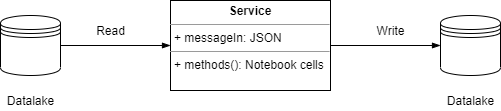
The draw.io diagram images/architecture/architecture_service_example.png in davidegavio/masters-degree-thesis, before a commit. Source tidied: cells renumbered, new cells last; positions are measured from the earlier drawing's top-left corner, leaving out a move shared by most shapes.
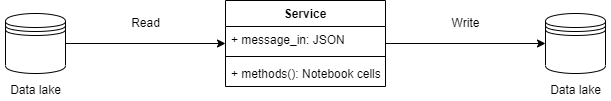
After the change.

What changed in the source:
```diff
@@ -1,33 +1,46 @@
 <mxGraphModel>
   <root>
-    <mxCell id="0" />
-    <mxCell id="1" parent="0" />
-    <mxCell id="2" value="&lt;p style=&quot;margin: 0px ; margin-top: 4px ; text-align: center&quot;&gt;&lt;b&gt;Service&lt;/b&gt;&lt;/p&gt;&lt;hr size=&quot;1&quot;&gt;&lt;p style=&quot;margin: 0px ; margin-left: 4px&quot;&gt;+ messageIn: JSON&lt;/p&gt;&lt;hr size=&quot;1&quot;&gt;&lt;p style=&quot;margin: 0px ; margin-left: 4px&quot;&gt;+ methods(): Notebook cells&lt;/p&gt;" style="verticalAlign=top;align=left;overflow=fill;fontSize=12;fontFamily=Helvetica;html=1;" parent="1" vertex="1">
-      <mxGeometry x="170" width="160" height="90" as="geometry" />
-    </mxCell>
-    <mxCell id="3" value="Datalake" style="text;html=1;align=center;verticalAlign=middle;strokeColor=none;" parent="1" vertex="1">
-      <mxGeometry y="90" width="60" height="20" as="geometry" />
-    </mxCell>
-    <mxCell id="4" style="edgeStyle=orthogonalEdgeStyle;rounded=0;jettySize=auto;html=1;exitX=1;exitY=0.5;exitDx=0;exitDy=0;entryX=0;entryY=0.5;entryDx=0;entryDy=0;startArrow=none;startFill=0;endArrow=blockThin;endFill=1;startSize=0;endSize=6;strokeWidth=1;" parent="1" edge="1" source="5" target="2">
-      <mxGeometry relative="1" as="geometry" />
-    </mxCell>
-    <mxCell id="5" style="shape=datastore;whiteSpace=wrap;html=1;" parent="1" vertex="1">
-      <mxGeometry y="15" width="60" height="60" as="geometry" />
-    </mxCell>
-    <mxCell id="6" style="shape=datastore;whiteSpace=wrap;html=1;" parent="1" vertex="1">
-      <mxGeometry x="440" y="15" width="60" height="60" as="geometry" />
-    </mxCell>
-    <mxCell id="7" value="Datalake" style="text;html=1;align=center;verticalAlign=middle;strokeColor=none;" parent="1" vertex="1">
-      <mxGeometry x="440" y="90" width="60" height="20" as="geometry" />
-    </mxCell>
-    <mxCell id="8" style="endArrow=blockThin;html=1;startSize=0;endSize=6;strokeWidth=1;entryX=0;entryY=0.5;entryDx=0;entryDy=0;exitX=1;exitY=0.5;exitDx=0;exitDy=0;endFill=1;" parent="1" edge="1" source="2" target="6">
-      <mxGeometry relative="1" as="geometry" />
-    </mxCell>
+    <mxCell id="11" />
+    <mxCell id="12" parent="11" />
+    <mxCell id="13" value="Service" style="swimlane;fontStyle=1;align=center;verticalAlign=top;horizontal=1;startSize=26;" parent="12" vertex="1">
+      <mxGeometry x="160" y="90" width="160" height="86" as="geometry" />
+    </mxCell>
+    <mxCell id="14" value="+ message_in: JSON" style="text;strokeColor=none;fillColor=none;align=left;verticalAlign=top;spacingLeft=4;spacingRight=4;overflow=hidden;" parent="13" vertex="1">
+      <mxGeometry y="26" width="160" height="26" as="geometry" />
+    </mxCell>
+    <mxCell id="15" style="line;strokeWidth=1;fillColor=none;align=left;verticalAlign=middle;spacingTop=-1;spacingLeft=3;spacingRight=3;labelPosition=right;" parent="13" vertex="1">
+      <mxGeometry y="52" width="160" height="8" as="geometry" />
+    </mxCell>
+    <mxCell id="16" value="+ methods(): Notebook cells " style="text;strokeColor=none;fillColor=none;align=left;verticalAlign=top;spacingLeft=4;spacingRight=4;overflow=hidden;" parent="13" vertex="1">
+      <mxGeometry y="60" width="160" height="26" as="geometry" />
+    </mxCell>
+    <mxCell id="17" style="edgeStyle=orthogonalEdgeStyle;rounded=0;jettySize=auto;html=1;exitX=1;exitY=0.5;exitDx=0;exitDy=0;" parent="12" edge="1" source="18">
+      <mxGeometry relative="1" as="geometry">
+        <mxPoint x="160" y="133" as="targetPoint" />
+      </mxGeometry>
+    </mxCell>
+    <mxCell id="18" style="shape=datastore;whiteSpace=wrap;html=1;" parent="12" vertex="1">
+      <mxGeometry x="-60" y="103" width="60" height="60" as="geometry" />
+    </mxCell>
+    <mxCell id="19" style="shape=datastore;whiteSpace=wrap;html=1;" parent="12" vertex="1">
+      <mxGeometry x="480" y="103" width="60" height="60" as="geometry" />
+    </mxCell>
+    <mxCell id="20" value="Data lake" style="text;html=1;align=center;verticalAlign=middle;strokeColor=none;fillColor=none;" parent="12" vertex="1">
+      <mxGeometry x="-65" y="170" width="70" height="20" as="geometry" />
+    </mxCell>
+    <mxCell id="21" value="Data lake" style="text;html=1;align=center;verticalAlign=middle;strokeColor=none;fillColor=none;" parent="12" vertex="1">
+      <mxGeometry x="475" y="170" width="70" height="20" as="geometry" />
+    </mxCell>
+    <mxCell id="22" style="edgeStyle=orthogonalEdgeStyle;rounded=0;jettySize=auto;html=1;entryX=0;entryY=0.5;entryDx=0;entryDy=0;" parent="12" edge="1" target="19">
+      <mxGeometry relative="1" as="geometry">
+        <mxPoint x="320" y="133" as="sourcePoint" />
+      </mxGeometry>
+    </mxCell>
-    <mxCell id="9" value="Read" style="text;html=1;align=center;verticalAlign=middle;strokeColor=none;" parent="1" vertex="1">
-      <mxGeometry x="90" y="20" width="40" height="20" as="geometry" />
+    <mxCell id="9" value="Read" style="text;html=1;align=center;verticalAlign=middle;strokeColor=none;fillColor=none;" parent="12" vertex="1">
+      <mxGeometry x="60" y="103" width="40" height="20" as="geometry" />
     </mxCell>
-    <mxCell id="10" value="Write" style="text;html=1;align=center;verticalAlign=middle;strokeColor=none;" parent="1" vertex="1">
-      <mxGeometry x="370" y="20" width="40" height="20" as="geometry" />
+    <mxCell id="10" value="Write" style="text;html=1;align=center;verticalAlign=middle;strokeColor=none;fillColor=none;" parent="12" vertex="1">
+      <mxGeometry x="380" y="103" width="40" height="20" as="geometry" />
     </mxCell>
   </root>
 </mxGraphModel>
```
